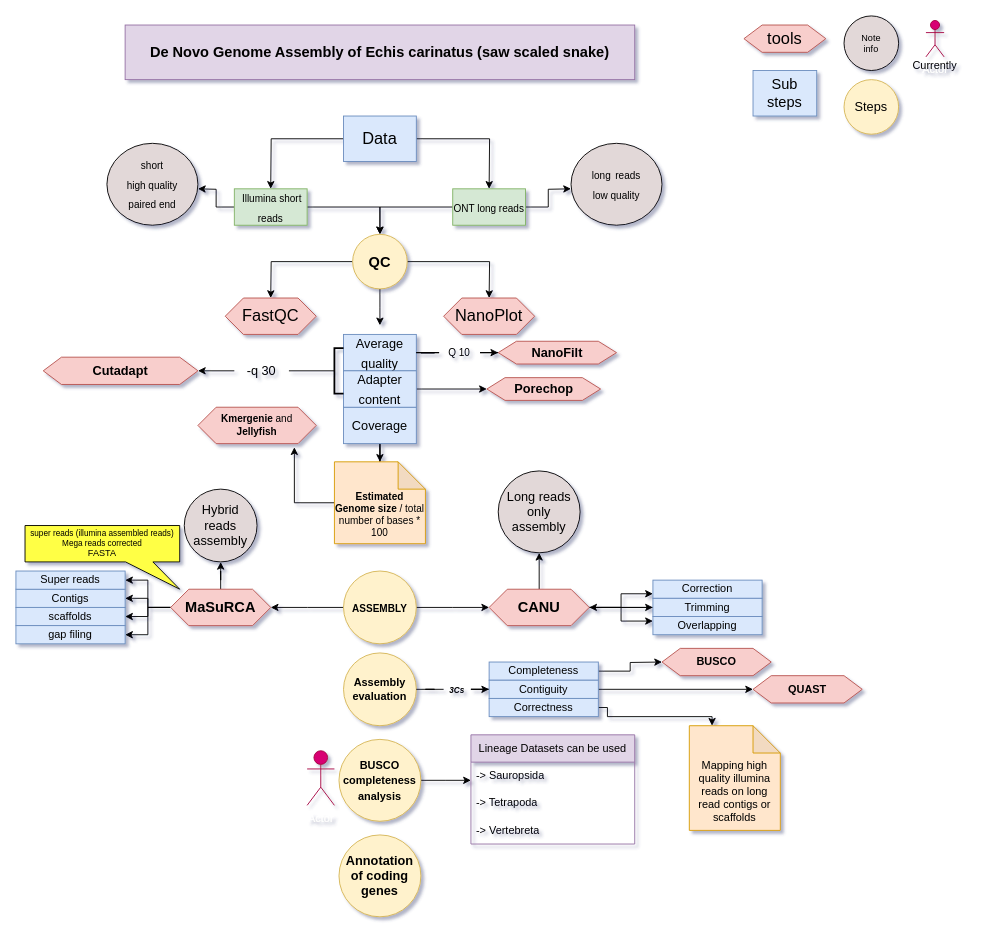
The draw.io diagram page "Page-7" (6 of 8) of Untitled Diagram.drawio in anukrati0306/anukrati0306, before the edit. Source tidied: cells renumbered, new cells numbered last; positions are measured from the earlier drawing's top-left corner, leaving out a move shared by most shapes. Both pictures are drawn from the tidied source at 91%, with x=0, y=0 at pixel (15, 15).
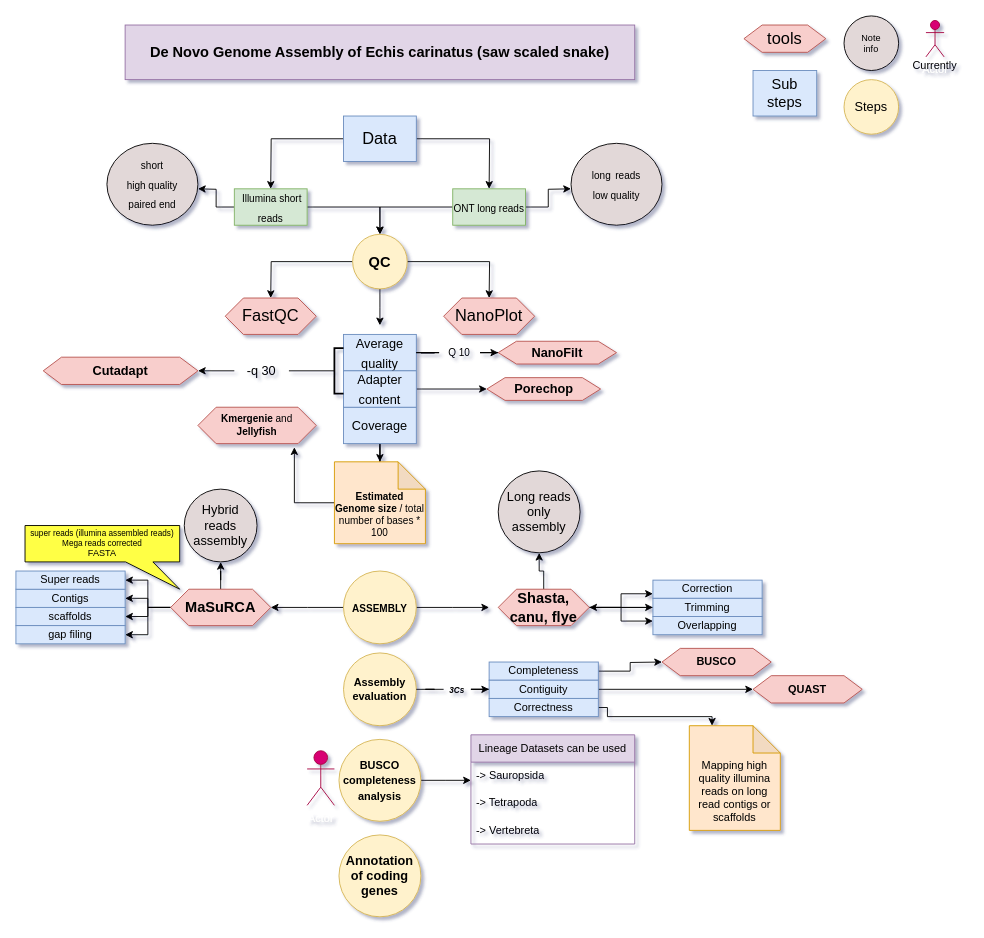
The same page after the edit.

Change to the diagram source:
```diff
@@
-    <mxCell id="43" value="&lt;font size=&quot;3&quot;&gt;&lt;b&gt;CANU&lt;/b&gt;&lt;/font&gt;" style="shape=hexagon;perimeter=hexagonPerimeter2;whiteSpace=wrap;html=1;fixedSize=1;fontSize=11;fillColor=#f8cecc;strokeColor=#b85450;rounded=0;" parent="1" vertex="1">
-      <mxGeometry x="520" y="630" width="110" height="40" as="geometry" />
+    <mxCell id="43" value="&lt;font size=&quot;3&quot;&gt;&lt;b&gt;Shasta, canu, flye&lt;br&gt;&lt;/b&gt;&lt;/font&gt;" style="shape=hexagon;perimeter=hexagonPerimeter2;whiteSpace=wrap;html=1;fixedSize=1;fontSize=11;fillColor=#f8cecc;strokeColor=#b85450;rounded=0;" parent="1" vertex="1">
+      <mxGeometry x="530" y="630" width="100" height="40" as="geometry" />
     </mxCell>
```
